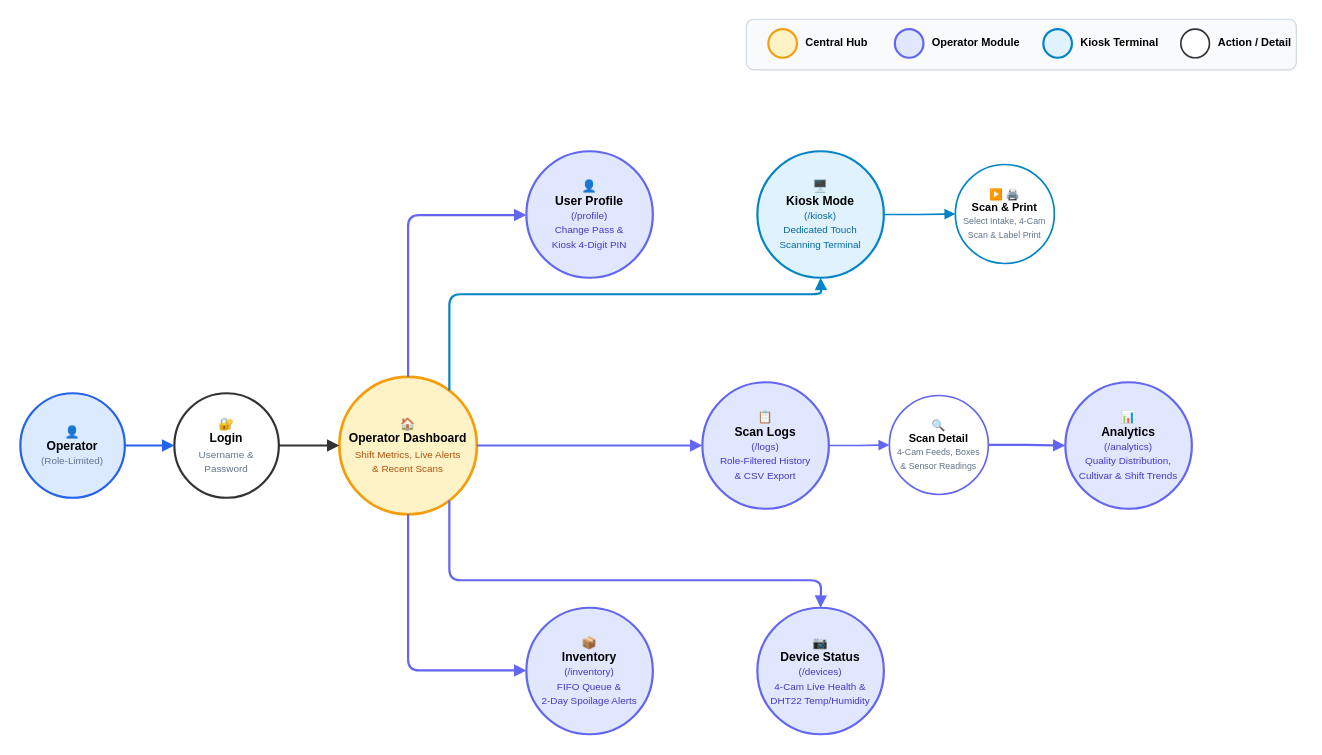
Earlier version of the draw.io diagram docs/bananavision-docs/docs/workflows/workflow_operator.drawio (BlackShark404/BananaVision). Source tidied: cells renumbered, new cells numbered last; positions are measured from the earlier drawing's top-left corner, leaving out a move shared by most shapes. Both pictures are drawn from the tidied source at 110%, with x=0, y=0 at pixel (20, 19).
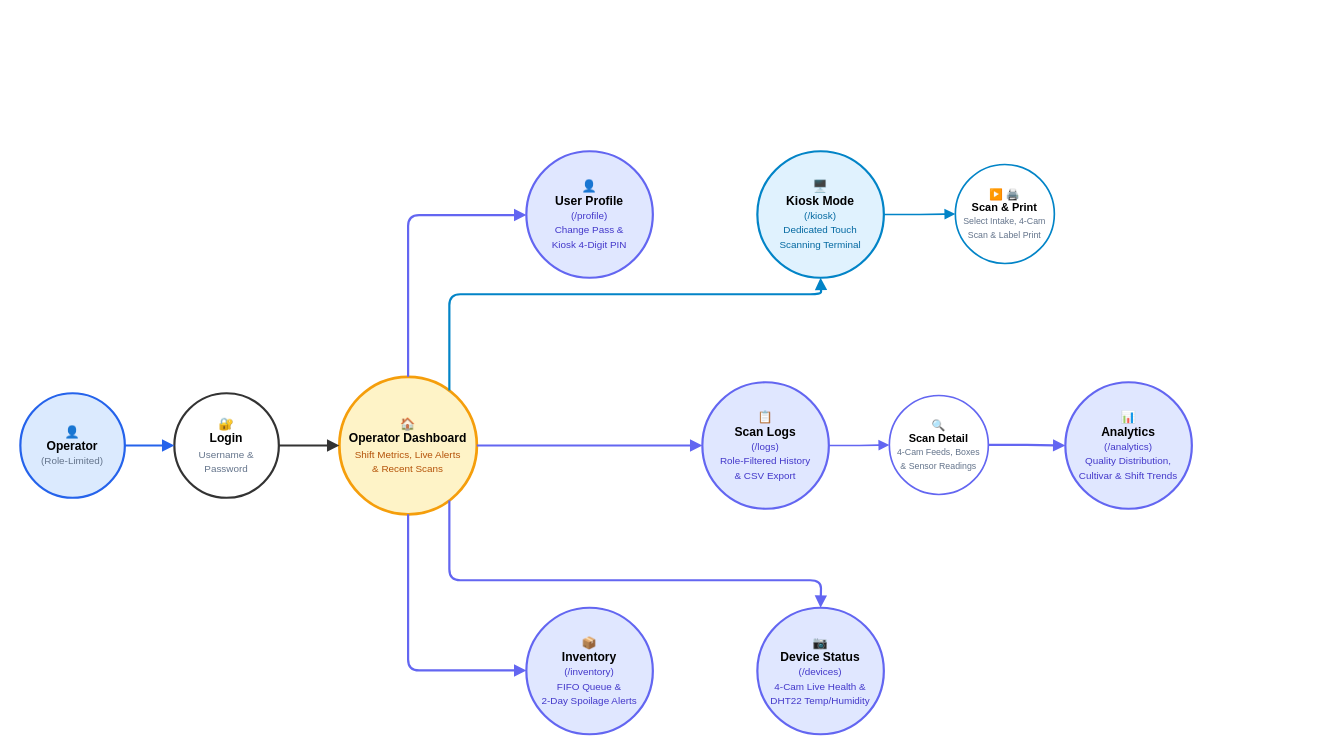
The same page after the edit.

Commit message (it also covers changes not shown here):
refactor: remove legend boxes from workflow diagram files

What changed in the source:
```diff
@@
-    <mxCell id="2" style="rounded=1;whiteSpace=wrap;html=1;fillColor=#f8fafc;strokeColor=#cbd5e1;strokeWidth=1;" parent="1" vertex="1">
-      <mxGeometry x="660" width="500" height="46" as="geometry" />
-    </mxCell>
-    <mxCell id="3" style="ellipse;whiteSpace=wrap;html=1;fillColor=#fef3c7;strokeColor=#f59e0b;strokeWidth=2;" parent="1" vertex="1">
-      <mxGeometry x="680" y="9" width="26" height="26" as="geometry" />
-    </mxCell>
-    <mxCell id="4" value="&lt;b&gt;Central Hub&lt;/b&gt;" style="text;html=1;align=left;verticalAlign=middle;whiteSpace=wrap;rounded=0;fontSize=10;" parent="1" vertex="1">
-      <mxGeometry x="712" y="8" width="75" height="26" as="geometry" />
-    </mxCell>
-    <mxCell id="5" style="ellipse;whiteSpace=wrap;html=1;fillColor=#e0e7ff;strokeColor=#6366f1;strokeWidth=2;" parent="1" vertex="1">
-      <mxGeometry x="795" y="9" width="26" height="26" as="geometry" />
-    </mxCell>
-    <mxCell id="6" value="&lt;b&gt;Operator Module&lt;/b&gt;" style="text;html=1;align=left;verticalAlign=middle;whiteSpace=wrap;rounded=0;fontSize=10;" parent="1" vertex="1">
-      <mxGeometry x="827" y="8" width="95" height="26" as="geometry" />
-    </mxCell>
-    <mxCell id="7" style="ellipse;whiteSpace=wrap;html=1;fillColor=#e0f2fe;strokeColor=#0284c7;strokeWidth=2;" parent="1" vertex="1">
-      <mxGeometry x="930" y="9" width="26" height="26" as="geometry" />
-    </mxCell>
-    <mxCell id="8" value="&lt;b&gt;Kiosk Terminal&lt;/b&gt;" style="text;html=1;align=left;verticalAlign=middle;whiteSpace=wrap;rounded=0;fontSize=10;" parent="1" vertex="1">
-      <mxGeometry x="962" y="8" width="85" height="26" as="geometry" />
-    </mxCell>
-    <mxCell id="9" style="ellipse;whiteSpace=wrap;html=1;fillColor=#ffffff;strokeColor=#333333;strokeWidth=1.5;" parent="1" vertex="1">
-      <mxGeometry x="1055" y="9" width="26" height="26" as="geometry" />
-    </mxCell>
-    <mxCell id="10" value="&lt;b&gt;Action / Detail&lt;/b&gt;" style="text;html=1;align=left;verticalAlign=middle;whiteSpace=wrap;rounded=0;fontSize=10;" parent="1" vertex="1">
-      <mxGeometry x="1087" y="8" width="80" height="26" as="geometry" />
-    </mxCell>
```
